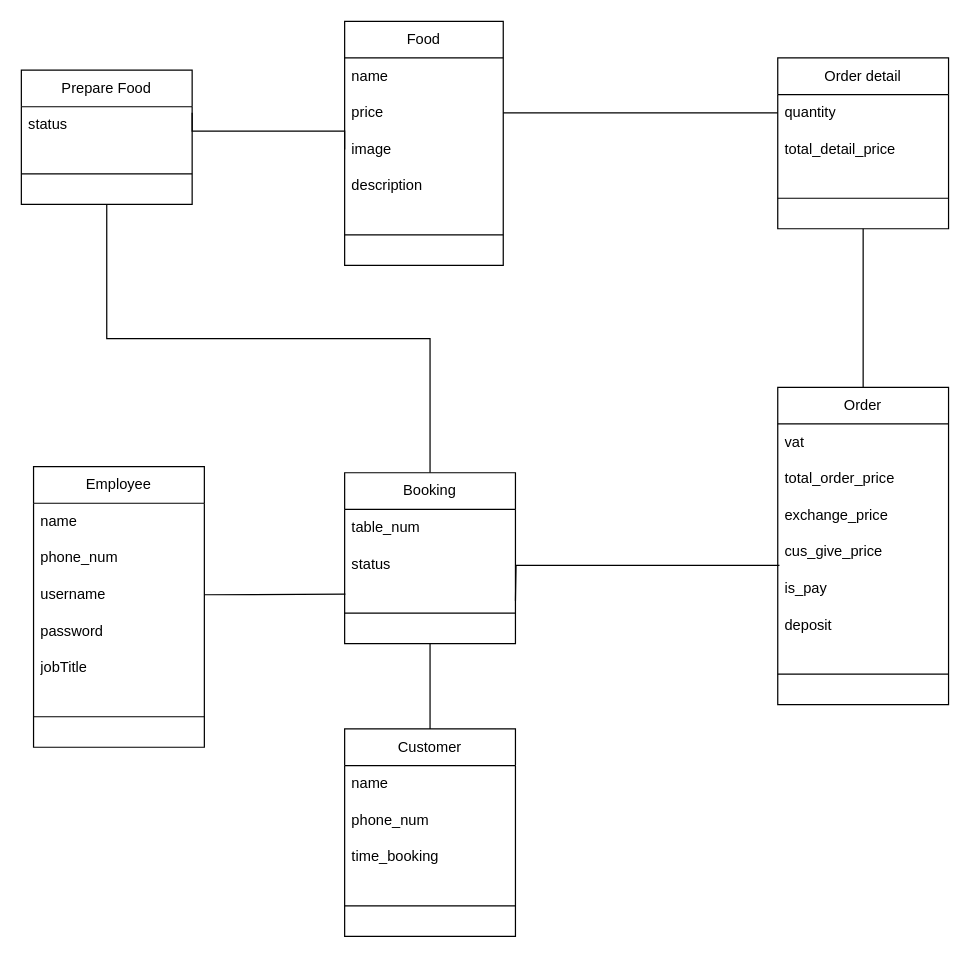
The draw.io diagram class-diagram.drawio in MaiNhatHoangY2001/HLFood, before the edit. Source tidied: cells renumbered, new cells numbered last; positions are measured from the earlier drawing's top-left corner, leaving out a move shared by most shapes. Both pictures are drawn from the tidied source at 122%, with x=0, y=0 at pixel (21, 21).
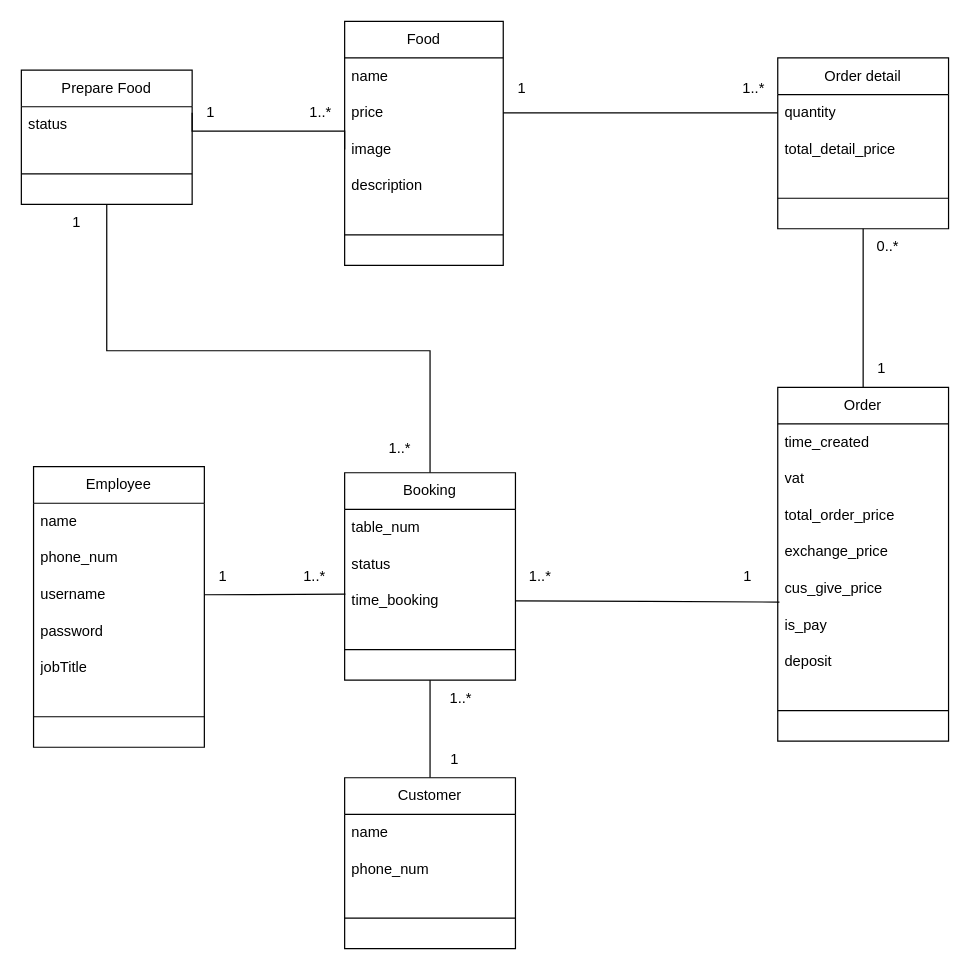
Above is the later version.

Commit message:
Cập nhật class-diagram.drawio

Unchanged cells that the change refers to:
```xml
<mxCell id="42" value="Prepare Food" style="swimlane;fontStyle=0;horizontal=1;startSize=30;whiteSpace=wrap;html=1;" parent="1" vertex="1">
  <mxGeometry y="40" width="140" height="110" as="geometry" />
</mxCell>
```

The edit, as a diff of the source:
```diff
@@
     <mxCell id="15" value="Order" style="swimlane;fontStyle=0;horizontal=1;startSize=30;whiteSpace=wrap;html=1;" parent="1" vertex="1">
-      <mxGeometry x="620" y="300" width="140" height="260" as="geometry" />
+      <mxGeometry x="620" y="300" width="140" height="290" as="geometry" />
     </mxCell>
+    <mxCell id="46" value="time_created" style="text;strokeColor=none;fillColor=none;align=left;verticalAlign=middle;spacingLeft=4;spacingRight=4;overflow=hidden;whiteSpace=wrap;html=1;" parent="15" vertex="1">
+      <mxGeometry y="30" width="140" height="30" as="geometry" />
+    </mxCell>
     <mxCell id="16" value="vat" style="text;strokeColor=none;fillColor=none;align=left;verticalAlign=middle;spacingLeft=4;spacingRight=4;overflow=hidden;whiteSpace=wrap;html=1;" parent="15" vertex="1">
-      <mxGeometry y="30" width="140" height="30" as="geometry" />
+      <mxGeometry y="60" width="140" height="30" as="geometry" />
     </mxCell>
     <mxCell id="17" value="total_order_price" style="text;strokeColor=none;fillColor=none;align=left;verticalAlign=middle;spacingLeft=4;spacingRight=4;overflow=hidden;whiteSpace=wrap;html=1;" parent="15" vertex="1">
-      <mxGeometry y="60" width="140" height="30" as="geometry" />
+      <mxGeometry y="90" width="140" height="30" as="geometry" />
     </mxCell>
     <mxCell id="18" value="exchange_price" style="text;strokeColor=none;fillColor=none;align=left;verticalAlign=middle;spacingLeft=4;spacingRight=4;overflow=hidden;whiteSpace=wrap;html=1;" parent="15" vertex="1">
-      <mxGeometry y="90" width="140" height="30" as="geometry" />
+      <mxGeometry y="120" width="140" height="30" as="geometry" />
     </mxCell>
     <mxCell id="19" value="cus_give_price" style="text;strokeColor=none;fillColor=none;align=left;verticalAlign=middle;spacingLeft=4;spacingRight=4;overflow=hidden;points=[[0,0.5],[1,0.5]];portConstraint=eastwest;whiteSpace=wrap;html=1;" parent="15" vertex="1">
-      <mxGeometry y="120" width="140" height="30" as="geometry" />
+      <mxGeometry y="150" width="140" height="30" as="geometry" />
     </mxCell>
     <mxCell id="20" value="is_pay&lt;br&gt;" style="text;strokeColor=none;fillColor=none;align=left;verticalAlign=middle;spacingLeft=4;spacingRight=4;overflow=hidden;whiteSpace=wrap;html=1;" parent="15" vertex="1">
-      <mxGeometry y="150" width="140" height="30" as="geometry" />
+      <mxGeometry y="180" width="140" height="30" as="geometry" />
     </mxCell>
     <mxCell id="21" value="deposit" style="text;strokeColor=none;fillColor=none;align=left;verticalAlign=middle;spacingLeft=4;spacingRight=4;overflow=hidden;whiteSpace=wrap;html=1;" parent="15" vertex="1">
-      <mxGeometry y="180" width="140" height="30" as="geometry" />
+      <mxGeometry y="210" width="140" height="30" as="geometry" />
     </mxCell>
     <mxCell id="22" style="line;html=1;strokeWidth=1;align=left;verticalAlign=middle;spacingTop=-1;spacingLeft=3;spacingRight=3;labelPosition=right;" parent="15" vertex="1">
-      <mxGeometry y="210" width="140" height="50" as="geometry" />
+      <mxGeometry y="240" width="140" height="50" as="geometry" />
     </mxCell>
@@
     <mxCell id="29" style="edgeStyle=orthogonalEdgeStyle;rounded=0;jettySize=auto;html=1;exitX=0.5;exitY=0;exitDx=0;exitDy=0;entryX=0.5;entryY=1;entryDx=0;entryDy=0;endArrow=none;endFill=0;" parent="1" edge="1" source="30" target="42">
-      <mxGeometry relative="1" as="geometry" />
+      <mxGeometry relative="1" as="geometry">
+        <Array as="points">
+          <mxPoint x="335" y="270" />
+          <mxPoint x="70" y="270" />
+        </Array>
+      </mxGeometry>
     </mxCell>
     <mxCell id="30" value="Booking" style="swimlane;fontStyle=0;horizontal=1;startSize=30;whiteSpace=wrap;html=1;" parent="1" vertex="1">
-      <mxGeometry x="265" y="370" width="140" height="140" as="geometry" />
+      <mxGeometry x="265" y="370" width="140" height="170" as="geometry" />
     </mxCell>
@@
+    <mxCell id="40" value="time_booking" style="text;strokeColor=none;fillColor=none;align=left;verticalAlign=middle;spacingLeft=4;spacingRight=4;overflow=hidden;whiteSpace=wrap;html=1;" parent="30" vertex="1">
+      <mxGeometry y="90" width="140" height="30" as="geometry" />
+    </mxCell>
     <mxCell id="33" style="line;html=1;strokeWidth=1;align=left;verticalAlign=middle;spacingTop=-1;spacingLeft=3;spacingRight=3;labelPosition=right;" parent="30" vertex="1">
-      <mxGeometry y="90" width="140" height="50" as="geometry" />
+      <mxGeometry y="120" width="140" height="50" as="geometry" />
     </mxCell>
@@
     <mxCell id="37" value="Customer" style="swimlane;fontStyle=0;horizontal=1;startSize=30;whiteSpace=wrap;html=1;" parent="1" vertex="1">
-      <mxGeometry x="265" y="580" width="140" height="170" as="geometry" />
+      <mxGeometry x="265" y="620" width="140" height="140" as="geometry" />
     </mxCell>
@@
-    <mxCell id="40" value="time_booking" style="text;strokeColor=none;fillColor=none;align=left;verticalAlign=middle;spacingLeft=4;spacingRight=4;overflow=hidden;whiteSpace=wrap;html=1;" parent="37" vertex="1">
-      <mxGeometry y="90" width="140" height="30" as="geometry" />
-    </mxCell>
     <mxCell id="41" style="line;html=1;strokeWidth=1;align=left;verticalAlign=middle;spacingTop=-1;spacingLeft=3;spacingRight=3;labelPosition=right;" parent="37" vertex="1">
-      <mxGeometry y="120" width="140" height="50" as="geometry" />
+      <mxGeometry y="90" width="140" height="50" as="geometry" />
     </mxCell>
@@
+    <mxCell id="47" value="1" style="text;html=1;align=center;verticalAlign=middle;strokeColor=none;fillColor=none;" parent="1" vertex="1">
+      <mxGeometry x="395" y="40" width="30" height="30" as="geometry" />
+    </mxCell>
+    <mxCell id="48" value="1..*" style="text;html=1;align=center;verticalAlign=middle;strokeColor=none;fillColor=none;" parent="1" vertex="1">
+      <mxGeometry x="580" y="40" width="40" height="30" as="geometry" />
+    </mxCell>
+    <mxCell id="49" value="1" style="text;html=1;align=center;verticalAlign=middle;strokeColor=none;fillColor=none;" parent="1" vertex="1">
+      <mxGeometry x="690" y="270" width="30" height="30" as="geometry" />
+    </mxCell>
+    <mxCell id="50" value="0..*" style="text;html=1;align=center;verticalAlign=middle;strokeColor=none;fillColor=none;" parent="1" vertex="1">
+      <mxGeometry x="690" y="170" width="40" height="30" as="geometry" />
+    </mxCell>
+    <mxCell id="51" value="1" style="text;html=1;align=center;verticalAlign=middle;strokeColor=none;fillColor=none;" parent="1" vertex="1">
+      <mxGeometry x="140" y="60" width="30" height="30" as="geometry" />
+    </mxCell>
+    <mxCell id="52" value="1..*" style="text;html=1;align=center;verticalAlign=middle;strokeColor=none;fillColor=none;" parent="1" vertex="1">
+      <mxGeometry x="225" y="60" width="40" height="30" as="geometry" />
+    </mxCell>
+    <mxCell id="53" value="1" style="text;html=1;align=center;verticalAlign=middle;strokeColor=none;fillColor=none;" parent="1" vertex="1">
+      <mxGeometry x="30" y="150" width="30" height="30" as="geometry" />
+    </mxCell>
+    <mxCell id="54" value="1..*" style="text;html=1;align=center;verticalAlign=middle;strokeColor=none;fillColor=none;" parent="1" vertex="1">
+      <mxGeometry x="290" y="335" width="40" height="30" as="geometry" />
+    </mxCell>
+    <mxCell id="55" value="1" style="text;html=1;align=center;verticalAlign=middle;strokeColor=none;fillColor=none;" parent="1" vertex="1">
+      <mxGeometry x="150" y="440" width="30" height="30" as="geometry" />
+    </mxCell>
+    <mxCell id="56" value="1..*" style="text;html=1;align=center;verticalAlign=middle;strokeColor=none;fillColor=none;" parent="1" vertex="1">
+      <mxGeometry x="220" y="440" width="40" height="30" as="geometry" />
+    </mxCell>
+    <mxCell id="57" value="1" style="text;html=1;align=center;verticalAlign=middle;strokeColor=none;fillColor=none;" parent="1" vertex="1">
+      <mxGeometry x="340" y="590" width="30" height="30" as="geometry" />
+    </mxCell>
+    <mxCell id="58" value="1..*" style="text;html=1;align=center;verticalAlign=middle;strokeColor=none;fillColor=none;" parent="1" vertex="1">
+      <mxGeometry x="340" y="540" width="40" height="30" as="geometry" />
+    </mxCell>
+    <mxCell id="59" value="1" style="text;html=1;align=center;verticalAlign=middle;strokeColor=none;fillColor=none;" parent="1" vertex="1">
+      <mxGeometry x="580" y="440" width="30" height="30" as="geometry" />
+    </mxCell>
+    <mxCell id="60" value="1..*" style="text;html=1;align=center;verticalAlign=middle;strokeColor=none;fillColor=none;" parent="1" vertex="1">
+      <mxGeometry x="405" y="440" width="40" height="30" as="geometry" />
+    </mxCell>
```
